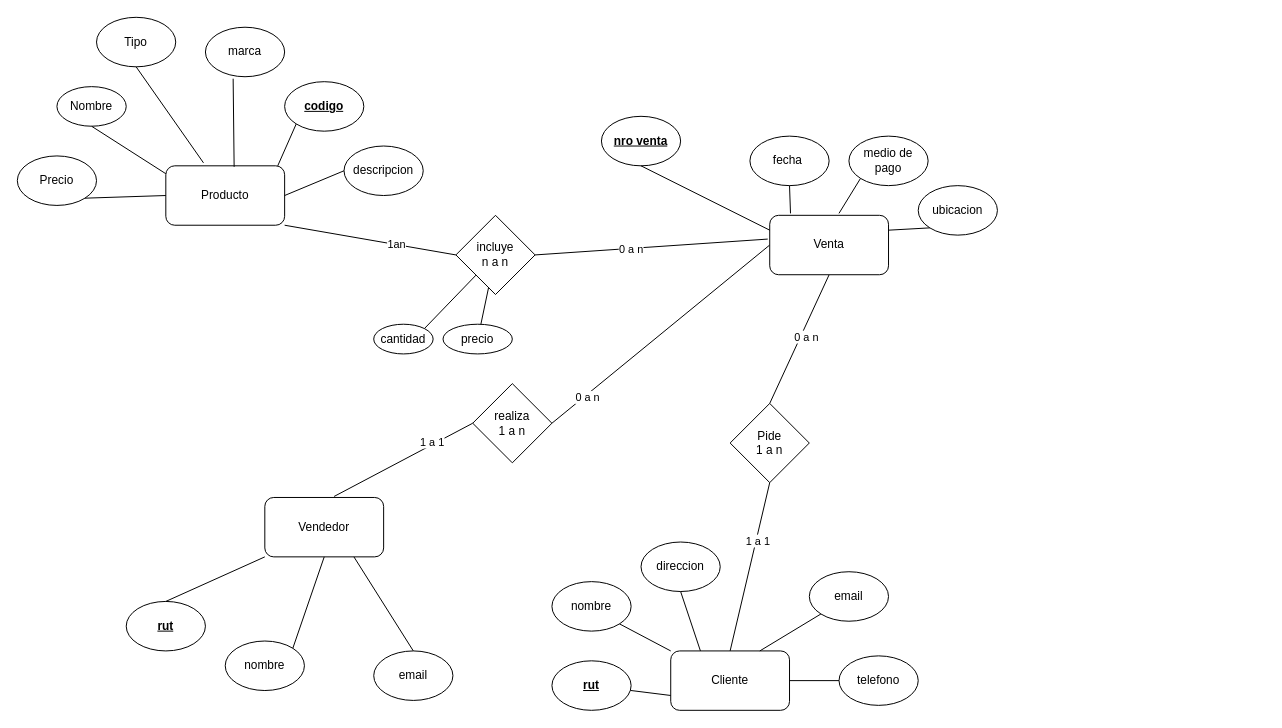
This is Untitled Diagram.drawio from RafaUribeG/WorkgroupAndroid, a draw.io file, before an edit. Source tidied: cells renumbered, new cells numbered last; positions are measured from the earlier drawing's top-left corner, leaving out a move shared by most shapes. Both pictures are drawn from the tidied source at 99%, with x=0, y=0 at pixel (17, 17).
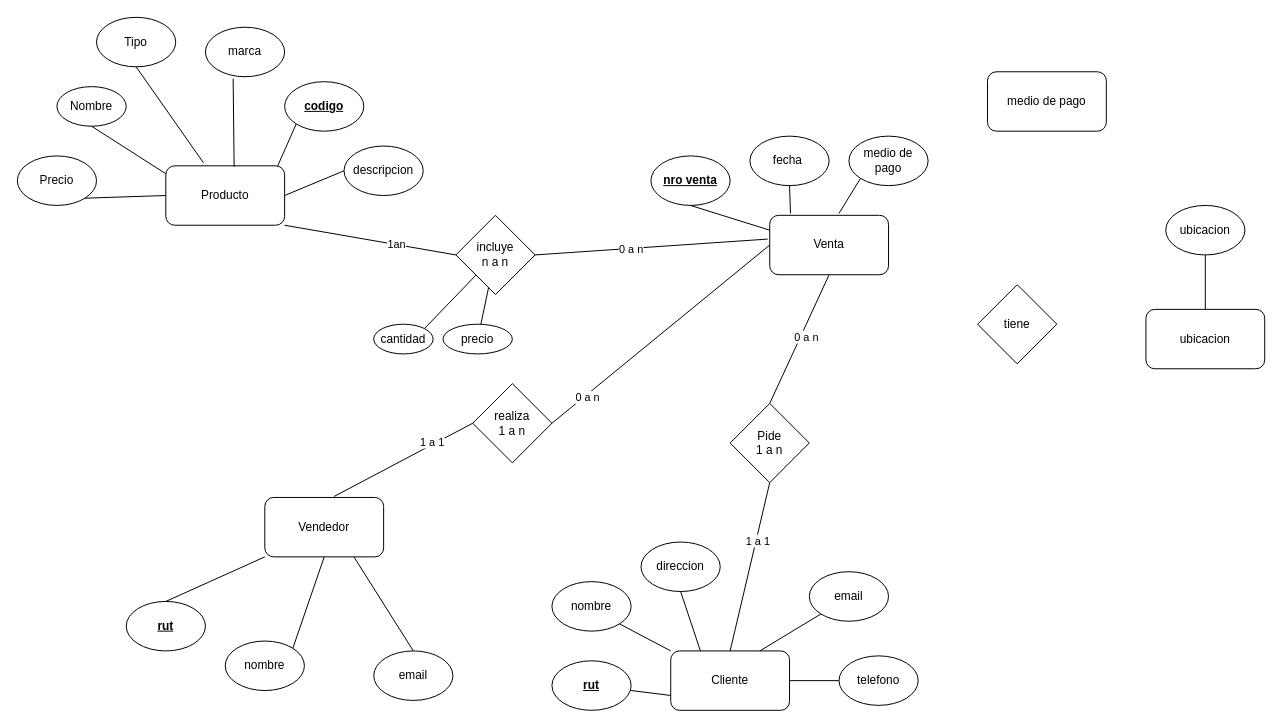
The same page after the edit.

Unchanged cells that the change refers to:
```xml
<mxCell id="37" value="Venta" style="rounded=1;whiteSpace=wrap;html=1;" parent="1" vertex="1">
  <mxGeometry x="760" y="200" width="120" height="60" as="geometry" />
</mxCell>
```

The edit, as a diff of the source:
```diff
@@
     <mxCell id="38" value="&lt;b&gt;&lt;u&gt;nro venta&lt;/u&gt;&lt;/b&gt;" style="ellipse;whiteSpace=wrap;html=1;" parent="1" vertex="1">
-      <mxGeometry x="590" y="100" width="80" height="50" as="geometry" />
+      <mxGeometry x="640" y="140" width="80" height="50" as="geometry" />
     </mxCell>
@@
     <mxCell id="41" value="ubicacion" style="ellipse;whiteSpace=wrap;html=1;" parent="1" vertex="1">
-      <mxGeometry x="910" y="170" width="80" height="50" as="geometry" />
+      <mxGeometry x="1160" y="190" width="80" height="50" as="geometry" />
     </mxCell>
@@
-    <mxCell id="45" style="endArrow=none;html=1;rounded=0;entryX=0;entryY=1;entryDx=0;entryDy=0;exitX=1;exitY=0.25;exitDx=0;exitDy=0;" parent="1" edge="1" source="37" target="41">
+    <mxCell id="45" style="endArrow=none;html=1;rounded=0;entryX=0.5;entryY=1;entryDx=0;entryDy=0;exitX=0.5;exitY=0;exitDx=0;exitDy=0;" parent="1" edge="1" source="61" target="41">
       <mxGeometry relative="1" as="geometry" />
     </mxCell>
@@
+    <mxCell id="61" value="ubicacion" style="rounded=1;whiteSpace=wrap;html=1;" parent="1" vertex="1">
+      <mxGeometry x="1140" y="295" width="120" height="60" as="geometry" />
+    </mxCell>
+    <mxCell id="62" value="tiene" style="rhombus;whiteSpace=wrap;html=1;direction=south;rotation=0;" parent="1" vertex="1">
+      <mxGeometry x="970" y="270" width="80" height="80" as="geometry" />
+    </mxCell>
+    <mxCell id="63" value="medio de pago" style="rounded=1;whiteSpace=wrap;html=1;" parent="1" vertex="1">
+      <mxGeometry x="980" y="55" width="120" height="60" as="geometry" />
+    </mxCell>
```
